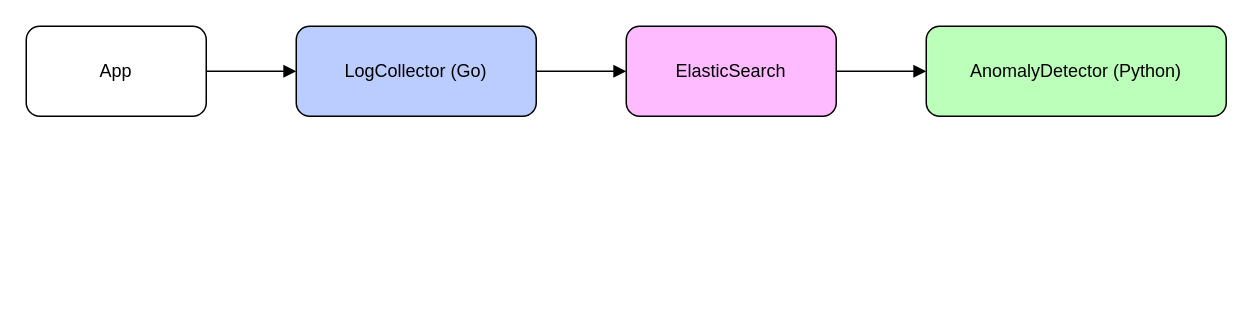
Above: docs/architecture.drawio in lorenaziviani/log_sentinel (draw.io), before the change. Source tidied: cells renumbered, new cells numbered last; positions are measured from the earlier drawing's top-left corner, leaving out a move shared by most shapes. Both pictures are drawn from the tidied source at 150%, with x=0, y=0 at pixel (26, 26).
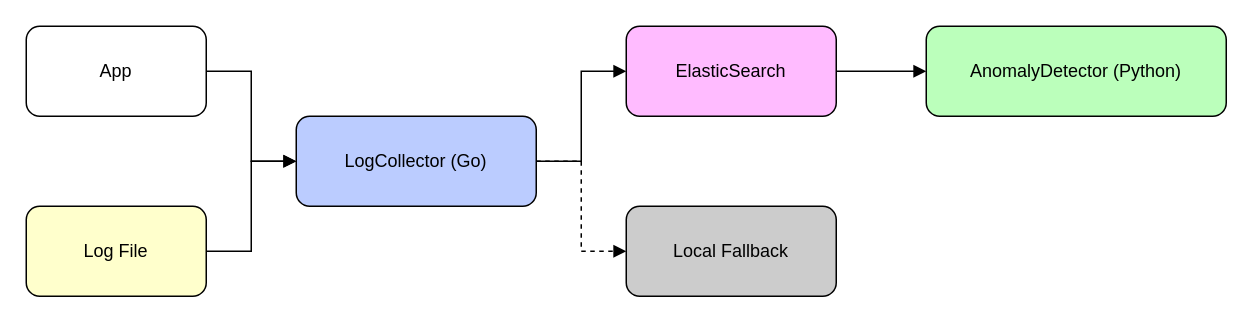
After the change.

The edit, as a diff of the source:
```diff
@@
 <mxGraphModel>
   <root>
     <mxCell id="0" />
     <mxCell id="1" parent="0" />
     <mxCell id="2" value="App" style="rounded=1;whiteSpace=wrap;html=1;fillColor=#FFFFFF;strokeColor=#000000;" parent="1" vertex="1">
       <mxGeometry width="120" height="60" as="geometry" />
     </mxCell>
+    <mxCell id="9" value="Log File" style="rounded=1;whiteSpace=wrap;html=1;fillColor=#FFFFCC;strokeColor=#000000;" parent="1" vertex="1">
+      <mxGeometry y="120" width="120" height="60" as="geometry" />
+    </mxCell>
     <mxCell id="3" value="LogCollector (Go)" style="rounded=1;whiteSpace=wrap;html=1;fillColor=#BBCCFF;strokeColor=#000000;" parent="1" vertex="1">
-      <mxGeometry x="180" width="160" height="60" as="geometry" />
+      <mxGeometry x="180" y="60" width="160" height="60" as="geometry" />
     </mxCell>
     <mxCell id="4" value="ElasticSearch" style="rounded=1;whiteSpace=wrap;html=1;fillColor=#FFBBFF;strokeColor=#000000;" parent="1" vertex="1">
       <mxGeometry x="400" width="140" height="60" as="geometry" />
     </mxCell>
+    <mxCell id="10" value="Local Fallback" style="rounded=1;whiteSpace=wrap;html=1;fillColor=#CCCCCC;strokeColor=#000000;" parent="1" vertex="1">
+      <mxGeometry x="400" y="120" width="140" height="60" as="geometry" />
+    </mxCell>
     <mxCell id="5" value="AnomalyDetector (Python)" style="rounded=1;whiteSpace=wrap;html=1;fillColor=#BBFFBB;strokeColor=#000000;" parent="1" vertex="1">
       <mxGeometry x="600" width="200" height="60" as="geometry" />
     </mxCell>
     <mxCell id="6" style="edgeStyle=orthogonalEdgeStyle;rounded=0;jettySize=auto;html=1;endArrow=block;endFill=1;strokeColor=#000000;" parent="1" edge="1" source="2" target="3">
       <mxGeometry relative="1" as="geometry" />
     </mxCell>
+    <mxCell id="11" style="edgeStyle=orthogonalEdgeStyle;rounded=0;jettySize=auto;html=1;endArrow=block;endFill=1;strokeColor=#000000;" parent="1" edge="1" source="9" target="3">
+      <mxGeometry relative="1" as="geometry" />
+    </mxCell>
     <mxCell id="7" style="edgeStyle=orthogonalEdgeStyle;rounded=0;jettySize=auto;html=1;endArrow=block;endFill=1;strokeColor=#000000;" parent="1" edge="1" source="3" target="4">
       <mxGeometry relative="1" as="geometry" />
     </mxCell>
+    <mxCell id="12" style="edgeStyle=orthogonalEdgeStyle;rounded=0;jettySize=auto;html=1;dashed=1;endArrow=block;endFill=1;strokeColor=#000000;" parent="1" edge="1" source="3" target="10">
+      <mxGeometry relative="1" as="geometry" />
+    </mxCell>
     <mxCell id="8" style="edgeStyle=orthogonalEdgeStyle;rounded=0;jettySize=auto;html=1;endArrow=block;endFill=1;strokeColor=#000000;" parent="1" edge="1" source="4" target="5">
       <mxGeometry relative="1" as="geometry" />
     </mxCell>
   </root>
 </mxGraphModel>
```
